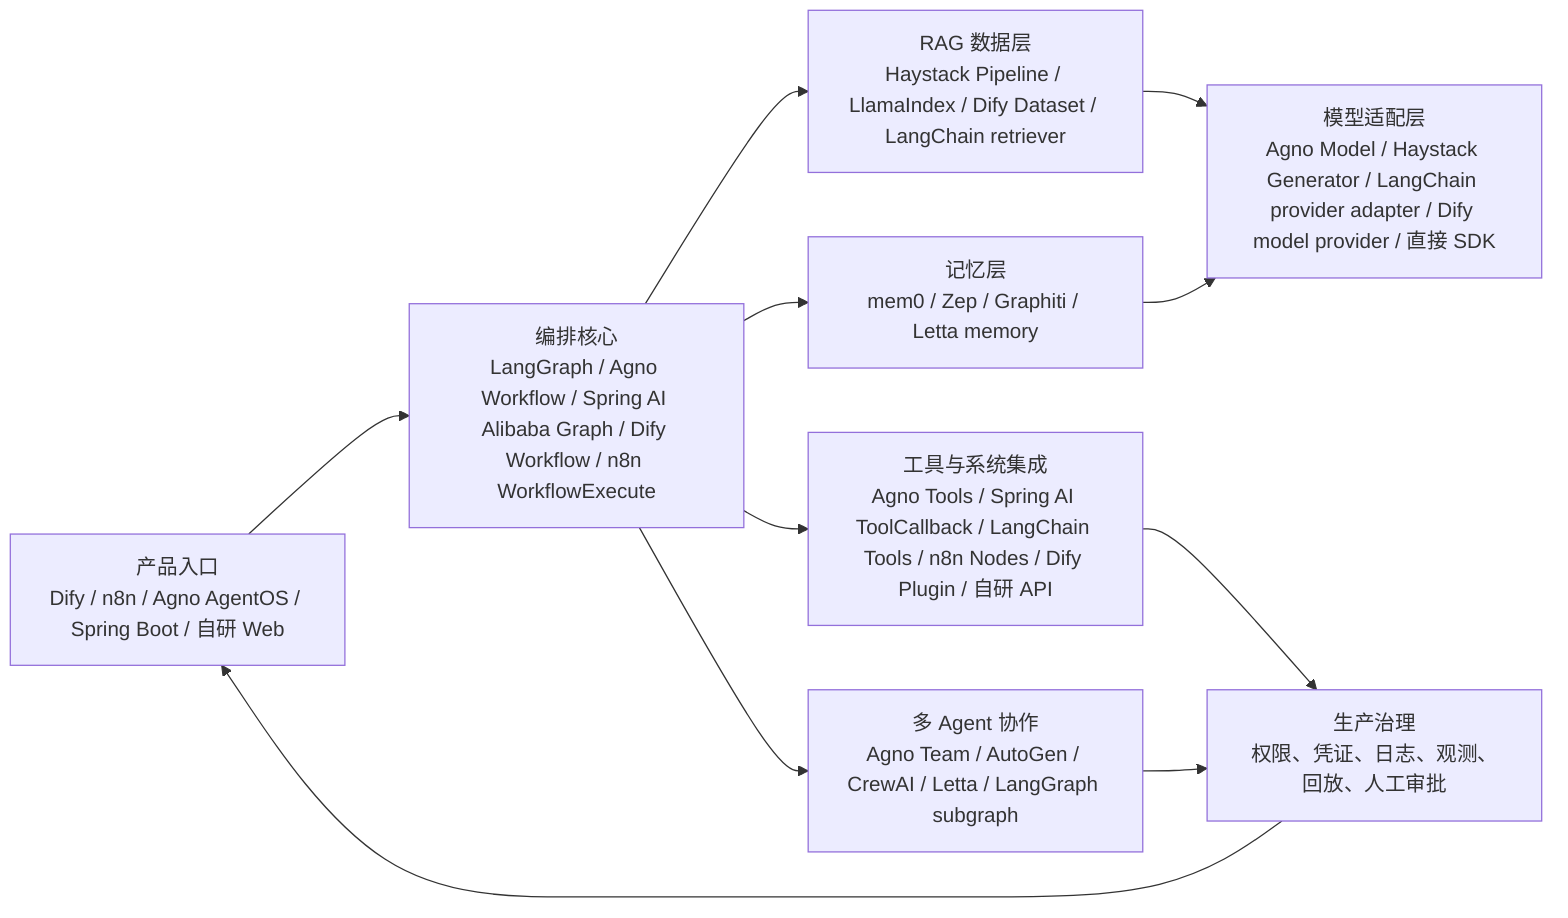
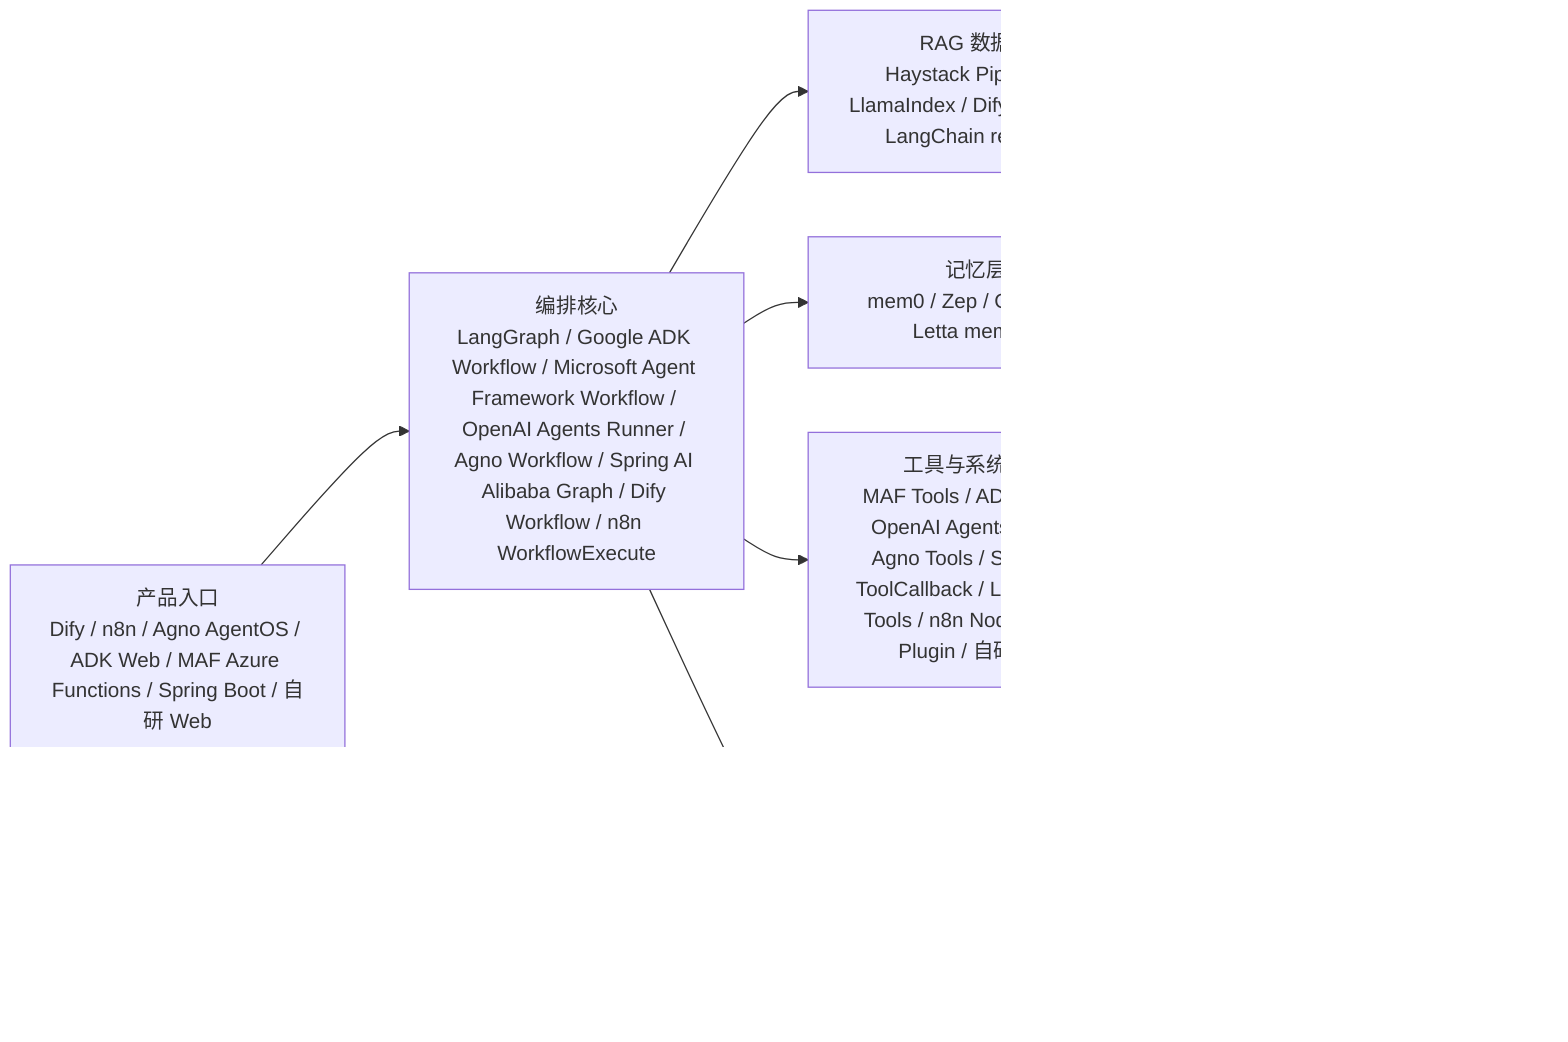
flowchart LR
-     UI["产品入口<br/>Dify / n8n / Agno AgentOS / Spring Boot / 自研 Web"] --> Orchestrator["编排核心<br/>LangGraph / Agno Workflow / Spring AI Alibaba Graph / Dify Workflow / n8n WorkflowExecute"]
+     UI["产品入口<br/>Dify / n8n / Agno AgentOS / ADK Web / MAF Azure Functions / Spring Boot / 自研 Web"] --> Orchestrator["编排核心<br/>LangGraph / Google ADK Workflow / Microsoft Agent Framework Workflow / OpenAI Agents Runner / Agno Workflow / Spring AI Alibaba Graph / Dify Workflow / n8n WorkflowExecute"]
    Orchestrator --> RAG["RAG 数据层<br/>Haystack Pipeline / LlamaIndex / Dify Dataset / LangChain retriever"]
    Orchestrator --> Memory["记忆层<br/>mem0 / Zep / Graphiti / Letta memory"]
-     Orchestrator --> Tools["工具与系统集成<br/>Agno Tools / Spring AI ToolCallback / LangChain Tools / n8n Nodes / Dify Plugin / 自研 API"]
-     Orchestrator --> Agent["多 Agent 协作<br/>Agno Team / AutoGen / CrewAI / Letta / LangGraph subgraph"]
-     RAG --> LLM["模型适配层<br/>Agno Model / Haystack Generator / LangChain provider adapter / Dify model provider / 直接 SDK"]
+     Orchestrator --> Tools["工具与系统集成<br/>MAF Tools / ADK Tools / OpenAI Agents Tools / Agno Tools / Spring AI ToolCallback / LangChain Tools / n8n Nodes / Dify Plugin / 自研 API"]
+     Orchestrator --> Agent["多 Agent 协作<br/>MAF Handoff / ADK AgentTool / OpenAI Agents handoff / Agno Team / AutoGen / CrewAI / Letta / LangGraph subgraph"]
+     RAG --> LLM["模型适配层<br/>MAF ChatClient / Gemini / Vertex / OpenAI Responses / Agno Model / Haystack Generator / LangChain provider adapter / Dify model provider / 直接 SDK"]
    Memory --> LLM
    Tools --> Audit["生产治理<br/>权限、凭证、日志、观测、回放、人工审批"]
    Agent --> Audit
    Audit --> UI
